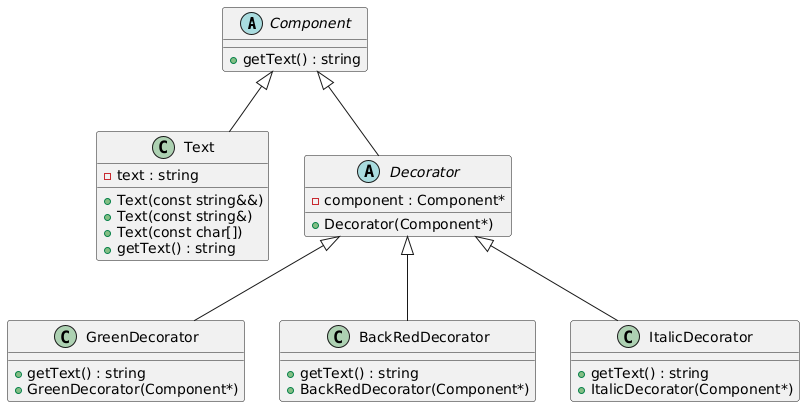
Above: classes.png in nudycorp/ConsoleTextDecorator (PlantUML), before the change. Source of this version:
```plantuml
@startuml
abstract class Component {
    +getText() : string
}

class Text {
    - text : string
    + Text(const string&&)
    + Text(const string&)
    + Text(const char[])
    + getText() : string
}

Component <|-- Text

abstract class Decorator {
    - component : Component*
    + Decorator(Component*)
}

Component <|-- Decorator

class GreenDecorator {
    + getText() : string
    + GreenDecorator(Component*)
}
class BackRedDecorator {
    + getText() : string
    + BackRedDecorator(Component*)
}
class ItalicDecorator {
    + getText() : string
    + ItalicDecorator(Component*)
}

Decorator <|-- GreenDecorator
Decorator <|-- BackRedDecorator
Decorator <|-- ItalicDecorator
@enduml
```
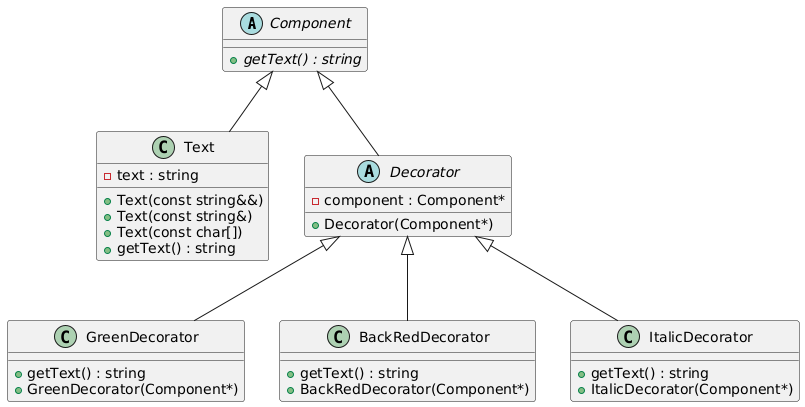
Above is the later version.

What changed in the source:
```diff
@@ -1,6 +1,6 @@
 @startuml
 abstract class Component {
-    +getText() : string
+    + {abstract} getText() : string
 }
 
 class Text {
```
